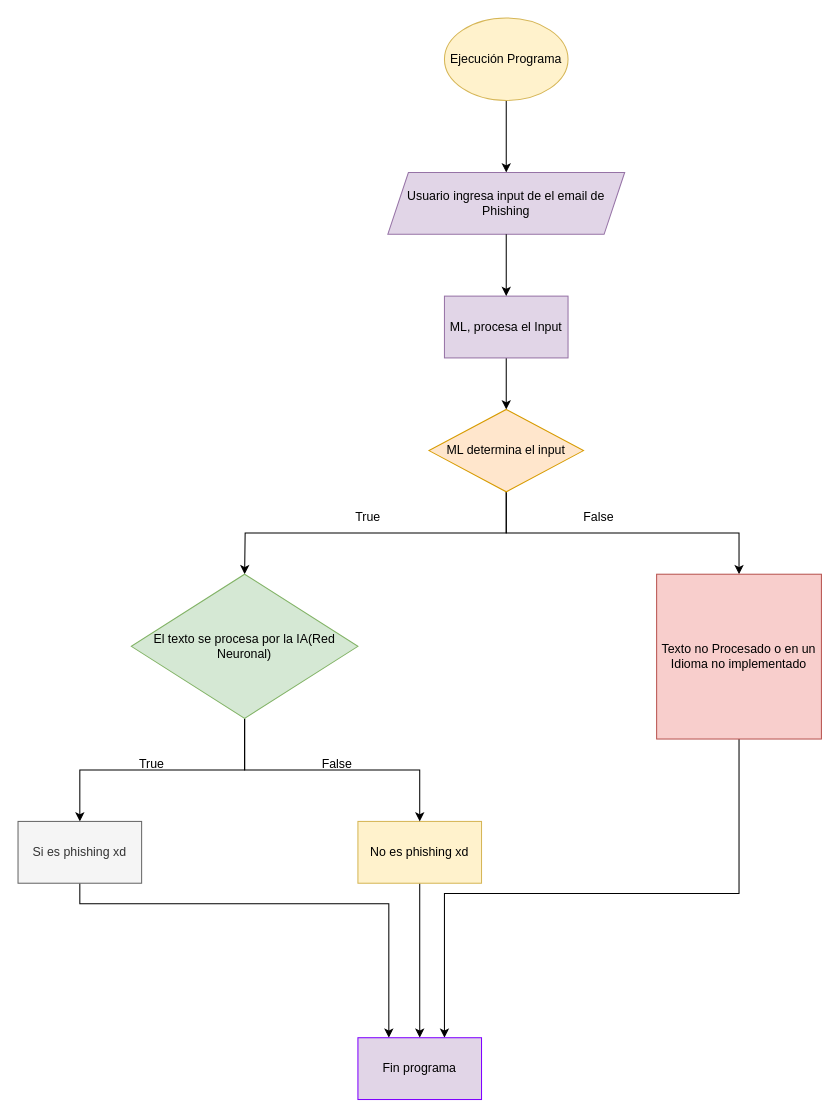
Earlier version of the draw.io diagram Diagrama sin título.drawio (D4V1D16/shMessages). Source tidied: cells renumbered, new cells numbered last; positions are measured from the earlier drawing's top-left corner, leaving out a move shared by most shapes. Both pictures are drawn from the tidied source at 103%, with x=0, y=0 at pixel (18, 18).
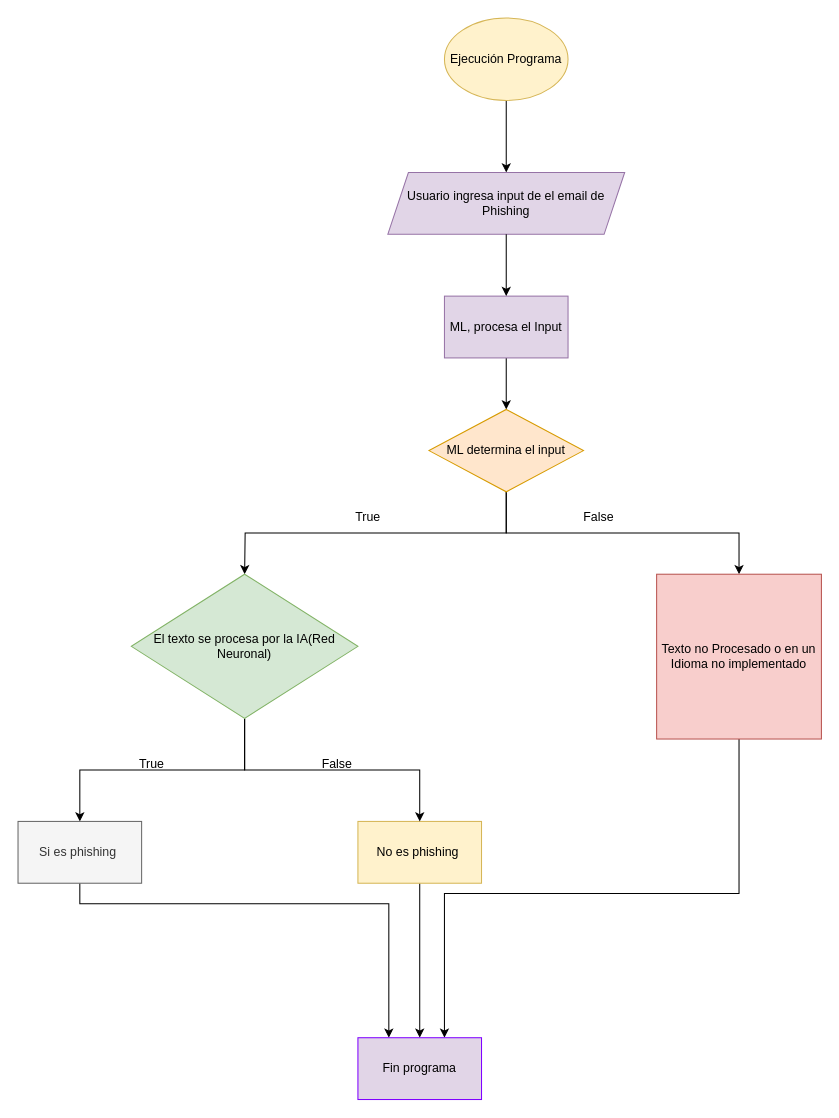
The same diagram, later.

What changed in the source:
```diff
@@
-    <mxCell id="16" value="No es phishing xd" style="rounded=0;whiteSpace=wrap;html=1;fillColor=#fff2cc;strokeColor=#d6b656;" parent="1" vertex="1">
+    <mxCell id="16" value="No es phishing&amp;nbsp;" style="rounded=0;whiteSpace=wrap;html=1;fillColor=#fff2cc;strokeColor=#d6b656;" parent="1" vertex="1">
       <mxGeometry x="330" y="780" width="120" height="60" as="geometry" />
     </mxCell>
@@
-    <mxCell id="21" value="Si es phishing xd" style="rounded=0;whiteSpace=wrap;html=1;fillColor=#f5f5f5;fontColor=#333333;strokeColor=#666666;" parent="1" vertex="1">
+    <mxCell id="21" value="Si es phishing&amp;nbsp;" style="rounded=0;whiteSpace=wrap;html=1;fillColor=#f5f5f5;fontColor=#333333;strokeColor=#666666;" parent="1" vertex="1">
       <mxGeometry y="780" width="120" height="60" as="geometry" />
     </mxCell>
```
